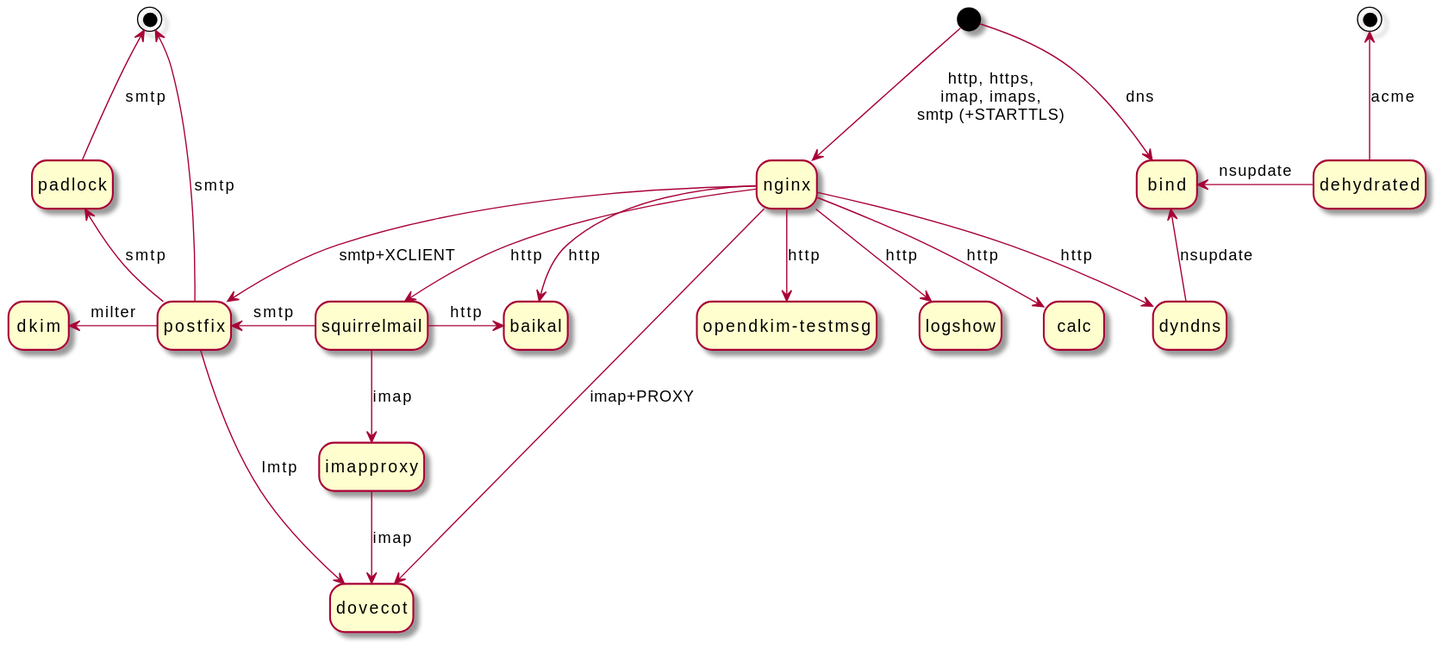
Earlier version of the PlantUML export containers.svg (Lex-2008/containers).
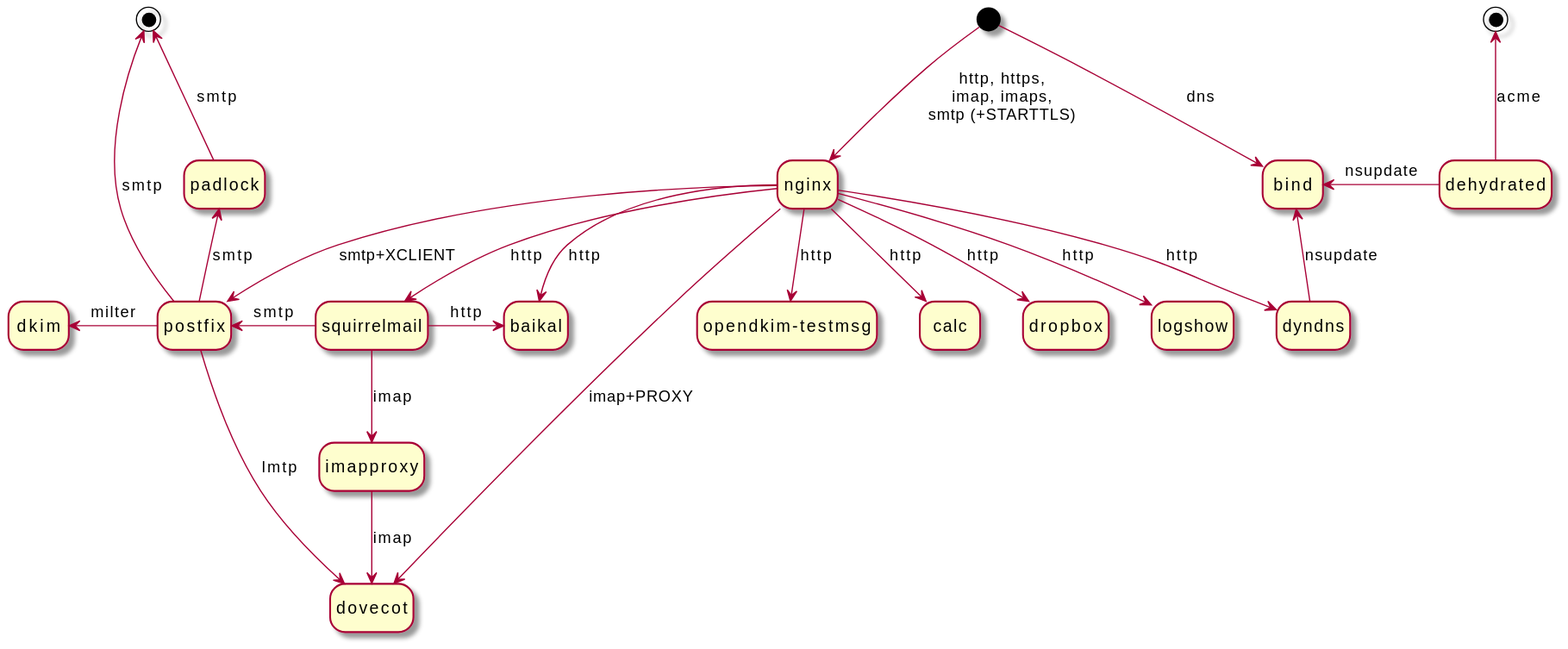
The same file after the commit.

Commit message:
Add a "dropbox" container

What changed in the source:
```diff
@@ -33,8 +33,9 @@
 state "opendkim-testmsg" as opendkimtestmsg
 
 nginx --> baikal: http
+nginx --> calc: http
+nginx --> dropbox: http
 nginx --> logshow: http
-nginx --> calc: http
 nginx --> opendkimtestmsg: http
 
 state dehydrated1 <<end>>
```
